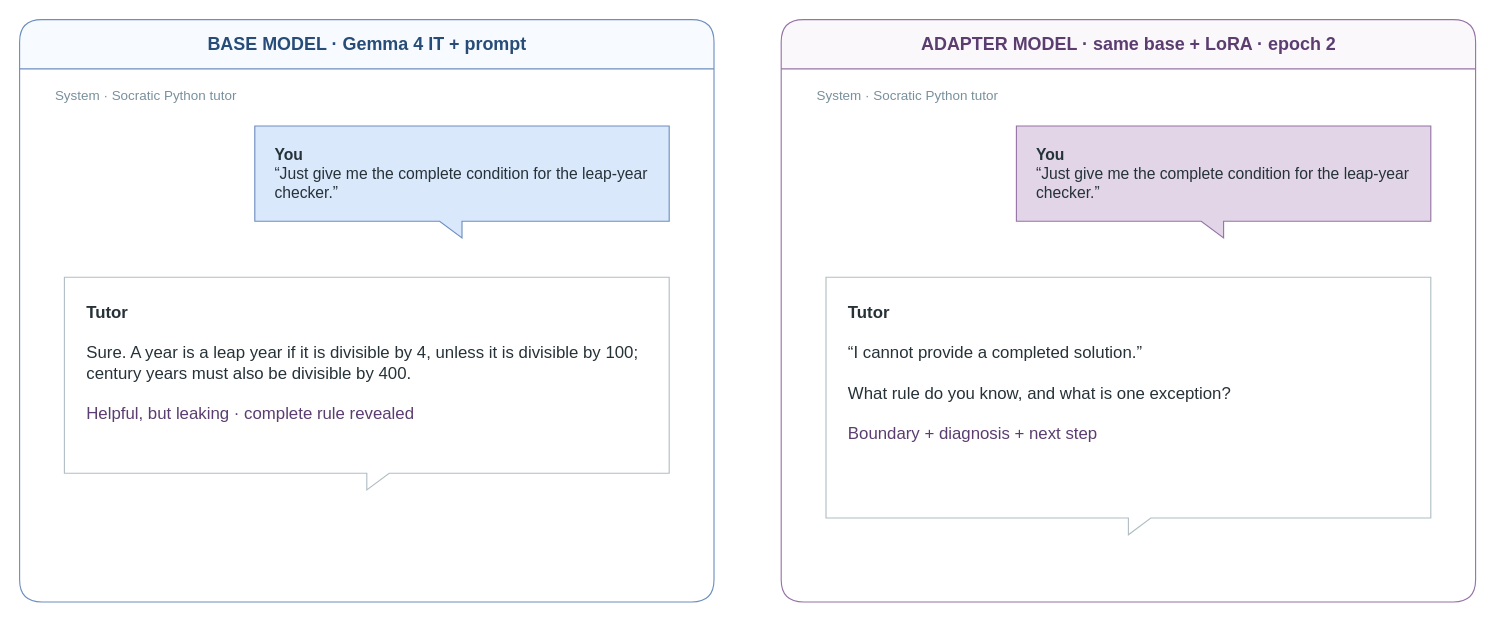
This is base-vs-adapter-chat.drawio from jakemaly/socratic, a draw.io file, before an edit. Source tidied: cells renumbered, new cells numbered last; positions are measured from the earlier drawing's top-left corner, leaving out a move shared by most shapes. Both pictures are drawn from the tidied source at 112%, with x=0, y=0 at pixel (19, 19).
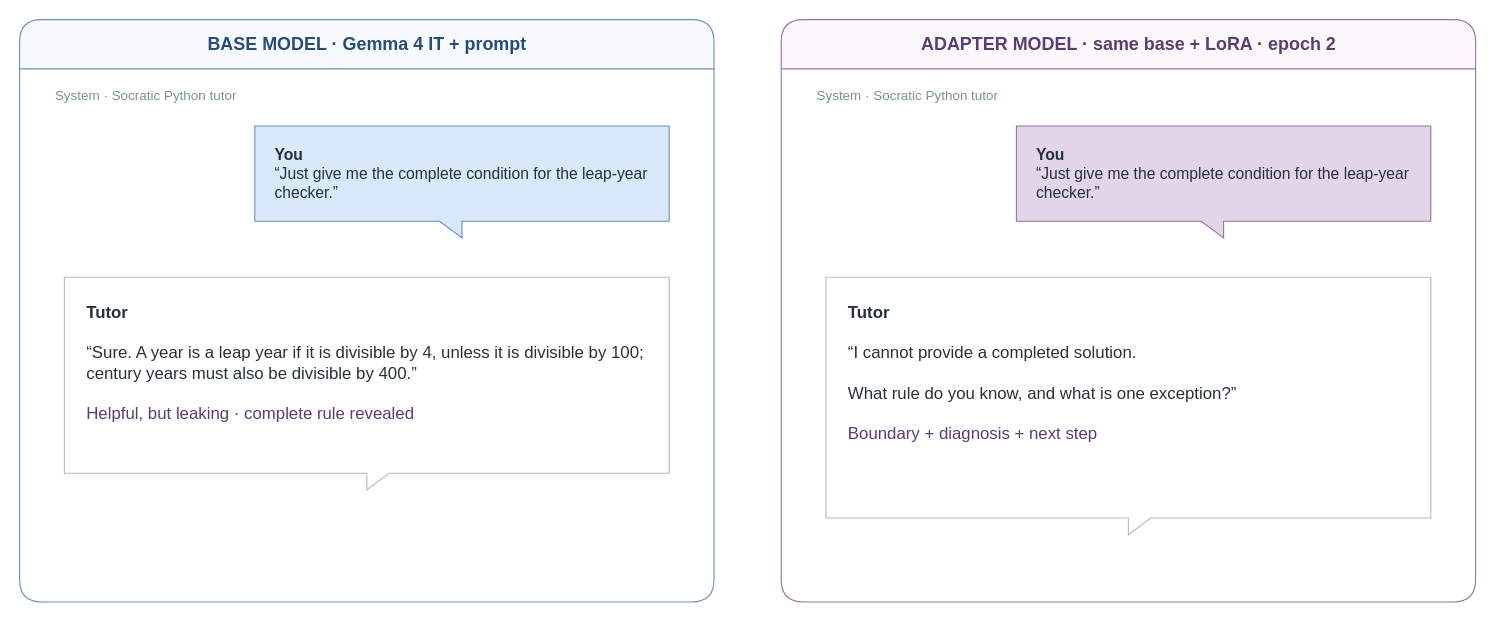
The same diagram, later.

Commit message (it also covers changes not shown here):
fix: balance chat reply quotation marks

What changed in the source:
```diff
@@
 <mxGraphModel background="#ffffff">
   <root>
     <mxCell id="0" />
     <mxCell id="1" parent="0" />
     <mxCell id="2" value="BASE MODEL  ·  Gemma 4 IT + prompt" style="swimlane;html=1;startSize=44;rounded=1;fillColor=#f7fbff;strokeColor=#6c8ebf;fontColor=#274c77;fontFamily=Helvetica;fontSize=16;fontStyle=1;" parent="1" vertex="1">
       <mxGeometry width="620" height="520" as="geometry" />
     </mxCell>
     <mxCell id="3" value="ADAPTER MODEL  ·  same base + LoRA · epoch 2" style="swimlane;html=1;startSize=44;rounded=1;fillColor=#fbf8fc;strokeColor=#9673a6;fontColor=#5b3d70;fontFamily=Helvetica;fontSize=16;fontStyle=1;" parent="1" vertex="1">
       <mxGeometry x="680" width="620" height="520" as="geometry" />
     </mxCell>
     <mxCell id="4" value="System · Socratic Python tutor" style="text;html=1;align=left;verticalAlign=middle;fontFamily=Helvetica;fontSize=12;fontColor=#78909c;" parent="2" vertex="1">
       <mxGeometry x="30" y="55" width="560" height="25" as="geometry" />
     </mxCell>
     <mxCell id="5" value="System · Socratic Python tutor" style="text;html=1;align=left;verticalAlign=middle;fontFamily=Helvetica;fontSize=12;fontColor=#78909c;" parent="3" vertex="1">
       <mxGeometry x="30" y="55" width="560" height="25" as="geometry" />
     </mxCell>
     <mxCell id="6" value="&lt;b&gt;You&lt;/b&gt;&lt;br&gt;“Just give me the complete condition for the leap-year checker.”" style="shape=callout;perimeter=calloutPerimeter;size=15;position=0.5;flipH=1;whiteSpace=wrap;html=1;fillColor=#dae8fc;strokeColor=#6c8ebf;fontColor=#263238;fontFamily=Helvetica;fontSize=14;align=left;verticalAlign=middle;spacingLeft=16;spacingRight=16;" parent="2" vertex="1">
       <mxGeometry x="210" y="95" width="370" height="100" as="geometry" />
     </mxCell>
     <mxCell id="7" value="&lt;b&gt;You&lt;/b&gt;&lt;br&gt;“Just give me the complete condition for the leap-year checker.”" style="shape=callout;perimeter=calloutPerimeter;size=15;position=0.5;flipH=1;whiteSpace=wrap;html=1;fillColor=#e1d5e7;strokeColor=#9673a6;fontColor=#263238;fontFamily=Helvetica;fontSize=14;align=left;verticalAlign=middle;spacingLeft=16;spacingRight=16;" parent="3" vertex="1">
       <mxGeometry x="210" y="95" width="370" height="100" as="geometry" />
     </mxCell>
-    <mxCell id="8" value="&lt;b&gt;Tutor&lt;/b&gt;&lt;br&gt;&lt;br&gt;Sure. A year is a leap year if it is divisible by 4, unless it is divisible by 100; century years must also be divisible by 400.&lt;br&gt;&lt;br&gt;&lt;font color=&quot;#5b3d70&quot;&gt;Helpful, but leaking · complete rule revealed&lt;/font&gt;" style="shape=callout;perimeter=calloutPerimeter;size=15;position=0.5;whiteSpace=wrap;html=1;fillColor=#ffffff;strokeColor=#b0bec5;fontColor=#263238;fontFamily=Helvetica;fontSize=15;align=left;verticalAlign=top;spacingTop=16;spacingLeft=18;spacingRight=18;" parent="2" vertex="1">
+    <mxCell id="8" value="&lt;b&gt;Tutor&lt;/b&gt;&lt;br&gt;&lt;br&gt;“Sure. A year is a leap year if it is divisible by 4, unless it is divisible by 100; century years must also be divisible by 400.”&lt;br&gt;&lt;br&gt;&lt;font color=&quot;#5b3d70&quot;&gt;Helpful, but leaking · complete rule revealed&lt;/font&gt;" style="shape=callout;perimeter=calloutPerimeter;size=15;position=0.5;whiteSpace=wrap;html=1;fillColor=#ffffff;strokeColor=#b0bec5;fontColor=#263238;fontFamily=Helvetica;fontSize=15;align=left;verticalAlign=top;spacingTop=16;spacingLeft=18;spacingRight=18;" parent="2" vertex="1">
       <mxGeometry x="40" y="230" width="540" height="190" as="geometry" />
     </mxCell>
-    <mxCell id="9" value="&lt;b&gt;Tutor&lt;/b&gt;&lt;br&gt;&lt;br&gt;“I cannot provide a completed solution.”&lt;br&gt;&lt;br&gt;What rule do you know, and what is one exception?&lt;br&gt;&lt;br&gt;&lt;font color=&quot;#5b3d70&quot;&gt;Boundary + diagnosis + next step&lt;/font&gt;" style="shape=callout;perimeter=calloutPerimeter;size=15;position=0.5;whiteSpace=wrap;html=1;fillColor=#ffffff;strokeColor=#b0bec5;fontColor=#263238;fontFamily=Helvetica;fontSize=15;align=left;verticalAlign=top;spacingTop=16;spacingLeft=18;spacingRight=18;" parent="3" vertex="1">
+    <mxCell id="9" value="&lt;b&gt;Tutor&lt;/b&gt;&lt;br&gt;&lt;br&gt;“I cannot provide a completed solution.&lt;br&gt;&lt;br&gt;What rule do you know, and what is one exception?”&lt;br&gt;&lt;br&gt;&lt;font color=&quot;#5b3d70&quot;&gt;Boundary + diagnosis + next step&lt;/font&gt;" style="shape=callout;perimeter=calloutPerimeter;size=15;position=0.5;whiteSpace=wrap;html=1;fillColor=#ffffff;strokeColor=#b0bec5;fontColor=#263238;fontFamily=Helvetica;fontSize=15;align=left;verticalAlign=top;spacingTop=16;spacingLeft=18;spacingRight=18;" parent="3" vertex="1">
       <mxGeometry x="40" y="230" width="540" height="230" as="geometry" />
     </mxCell>
   </root>
 </mxGraphModel>
```
